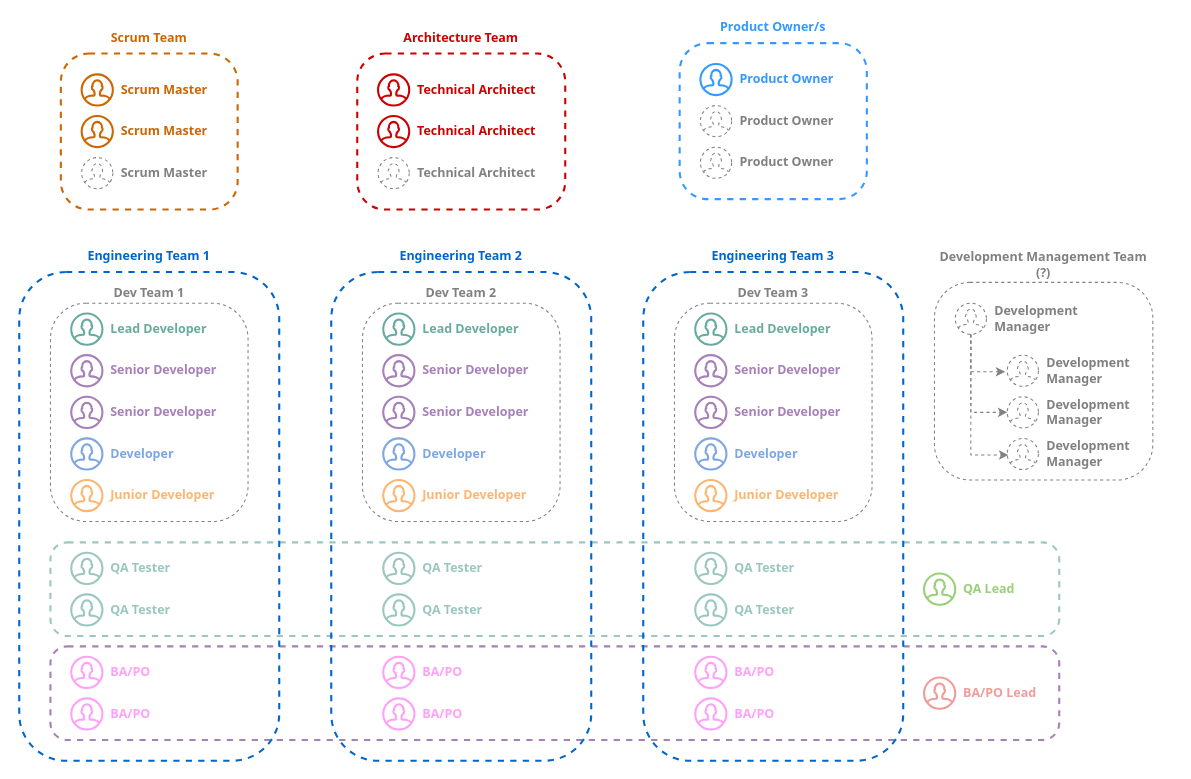
This is page "Page-2" (2 of 2) of Documents/OrgChart.drawio from NickChrist/Shared, a draw.io file, before an edit. Source tidied: cells renumbered, new cells numbered last; positions are measured from the earlier drawing's top-left corner, leaving out a move shared by most shapes. Both pictures are drawn from the tidied source at 104%, with x=0, y=0 at pixel (19, 32).
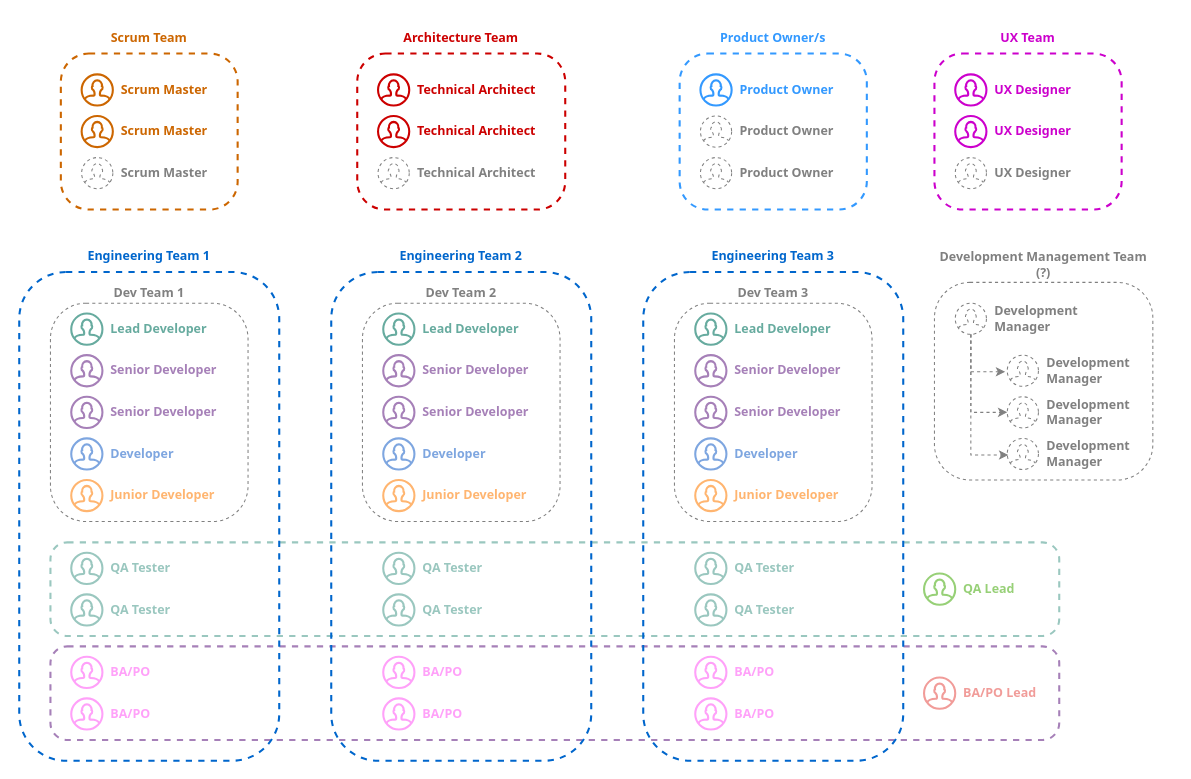
After the change.

Diff of the diagram source:
```diff
@@
     <mxCell id="62" style="group;" parent="1" vertex="1">
-      <mxGeometry x="635" y="10" width="180" height="150" as="geometry" />
+      <mxGeometry x="635" y="20" width="180" height="150" as="geometry" />
     </mxCell>
@@
+    <mxCell id="68" style="group;" parent="1" vertex="1">
+      <mxGeometry x="880" y="20" width="180" height="150" as="geometry" />
+    </mxCell>
+    <mxCell id="69" value="UX Team" style="rounded=1;whiteSpace=wrap;html=1;shadow=0;dashed=1;labelBackgroundColor=none;sketch=0;strokeWidth=2;fontFamily=Tahoma;arcSize=18;fillColor=none;labelPosition=center;verticalLabelPosition=top;align=center;verticalAlign=bottom;fontStyle=1;spacing=2;spacingTop=0;spacingBottom=6;strokeColor=#CC00CC;fontColor=#CC00CC;" parent="68" vertex="1">
+      <mxGeometry width="180" height="150" as="geometry" />
+    </mxCell>
+    <mxCell id="70" style="group;" parent="68" vertex="1">
+      <mxGeometry x="20" y="20" width="30" height="110" as="geometry" />
+    </mxCell>
+    <mxCell id="71" value="UX Designer" style="html=1;verticalLabelPosition=middle;align=left;labelBackgroundColor=none;verticalAlign=middle;strokeWidth=2;shadow=0;dashed=0;shape=mxgraph.ios7.icons.user;sketch=0;fontFamily=Tahoma;labelPosition=right;fontStyle=1;spacingLeft=6;strokeColor=#CC00CC;fontColor=#CC00CC;" parent="70" vertex="1">
+      <mxGeometry width="30" height="30" as="geometry" />
+    </mxCell>
+    <mxCell id="72" value="UX Designer" style="html=1;verticalLabelPosition=middle;align=left;labelBackgroundColor=none;verticalAlign=middle;strokeWidth=2;shadow=0;shape=mxgraph.ios7.icons.user;sketch=0;fontFamily=Tahoma;labelPosition=right;fontStyle=1;spacingLeft=6;fontColor=#CC00CC;strokeColor=#CC00CC;" parent="70" vertex="1">
+      <mxGeometry y="40" width="30" height="30" as="geometry" />
+    </mxCell>
+    <mxCell id="73" value="UX Designer" style="html=1;verticalLabelPosition=middle;align=left;labelBackgroundColor=none;verticalAlign=middle;strokeWidth=1;shadow=0;dashed=1;shape=mxgraph.ios7.icons.user;sketch=0;fontFamily=Tahoma;labelPosition=right;fontStyle=1;spacingLeft=6;strokeColor=#808080;fontColor=#808080;" parent="70" vertex="1">
+      <mxGeometry y="80" width="30" height="30" as="geometry" />
+    </mxCell>
```
